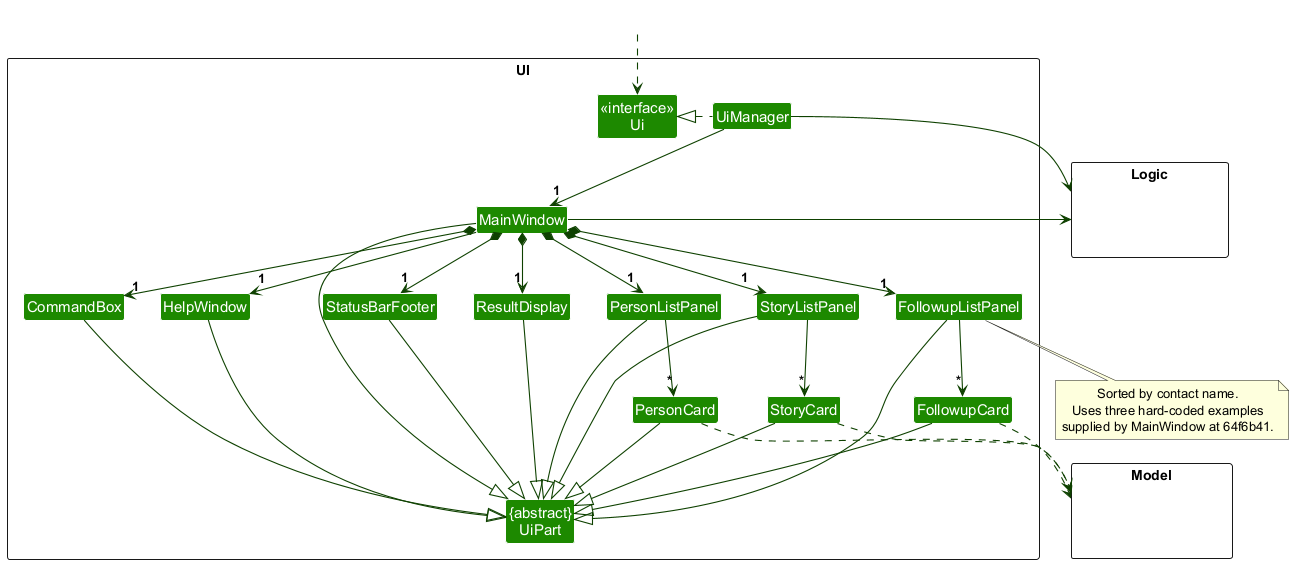
This is docs/images/UiClassDiagram.png from AY2627S1-CS2103T-T13-3/tp, a PlantUML export, as it was before one commit.
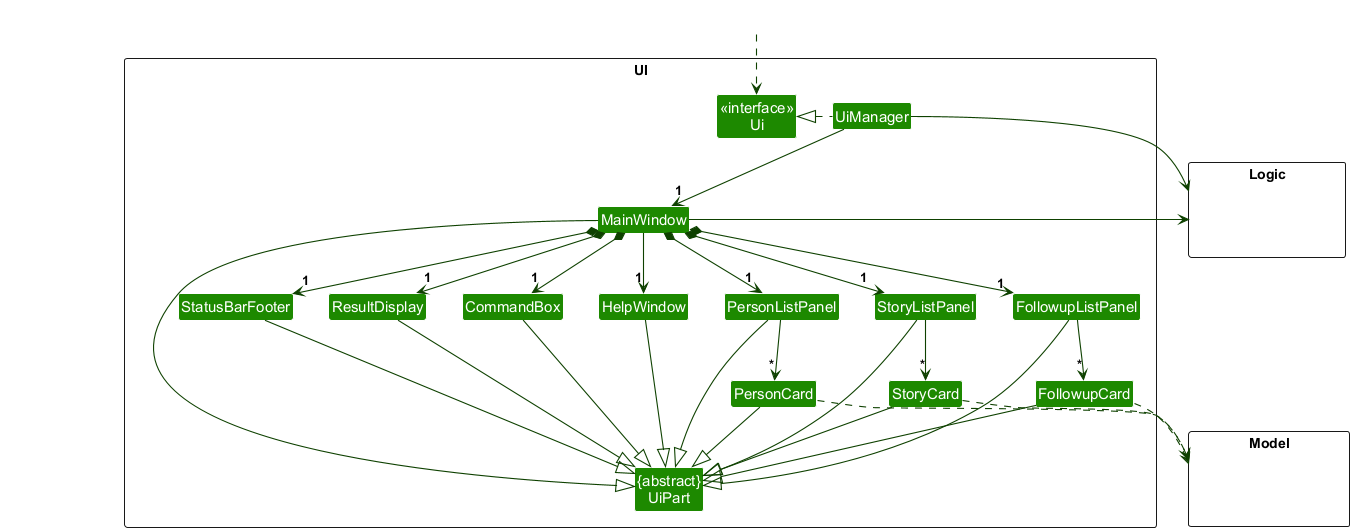
The same file after the commit.

Commit message:
Generate new class diagram image for UI

Diff of the diagram source:
```diff
@@ -72,9 +72,4 @@
 
 MainWindow -[hidden]-|> UiPart
 
-note bottom of FollowupListPanel
-  Sorted by contact name.
-  Uses three hard-coded examples
-  supplied by MainWindow at 64f6b41.
-end note
 @enduml
```
